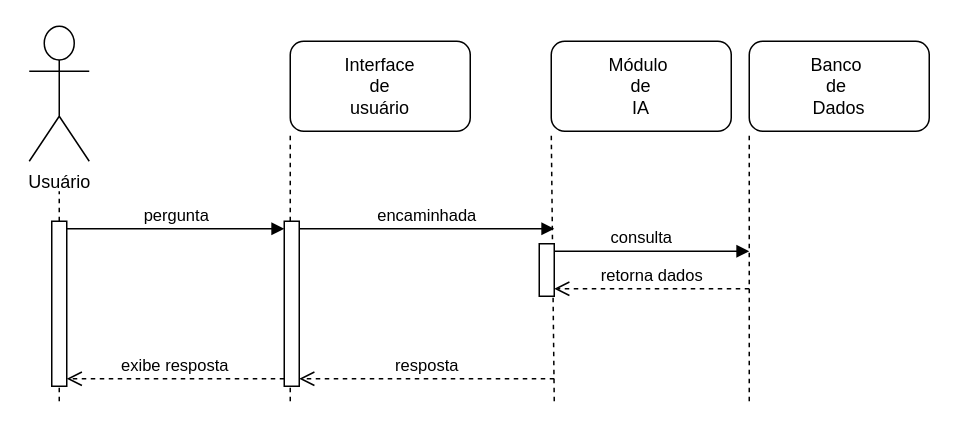
Above: diagrma de sequencia.drawio in Brandaoc/diagrma-de-sequ-ncia (draw.io), before the change. Source tidied: cells renumbered, new cells numbered last; positions are measured from the earlier drawing's top-left corner, leaving out a move shared by most shapes. Both pictures are drawn from the tidied source at 150%, with x=0, y=0 at pixel (28, 26).
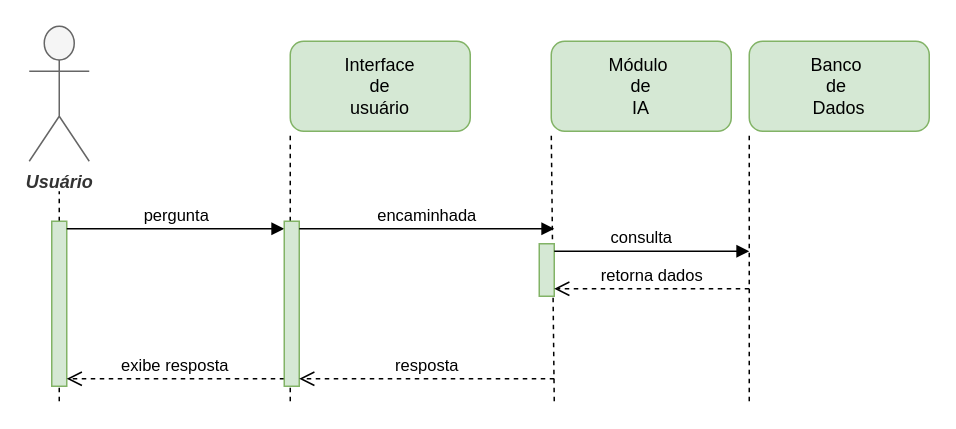
The same page after the edit.

Diff of the diagram source:
```diff
@@
-    <mxCell id="2" value="Interface&lt;div&gt;de&lt;/div&gt;&lt;div&gt;usuário&lt;/div&gt;" style="rounded=1;whiteSpace=wrap;html=1;" parent="1" vertex="1">
+    <mxCell id="2" value="Interface&lt;div&gt;de&lt;/div&gt;&lt;div&gt;usuário&lt;/div&gt;" style="rounded=1;whiteSpace=wrap;html=1;fillColor=#d5e8d4;strokeColor=#82b366;" parent="1" vertex="1">
       <mxGeometry x="174" y="10" width="120" height="60" as="geometry" />
     </mxCell>
-    <mxCell id="3" value="Módulo&amp;nbsp;&lt;div&gt;de&lt;/div&gt;&lt;div&gt;IA&lt;/div&gt;" style="rounded=1;whiteSpace=wrap;html=1;" parent="1" vertex="1">
+    <mxCell id="3" value="Módulo&amp;nbsp;&lt;div&gt;de&lt;/div&gt;&lt;div&gt;IA&lt;/div&gt;" style="rounded=1;whiteSpace=wrap;html=1;fillColor=#d5e8d4;strokeColor=#82b366;" parent="1" vertex="1">
       <mxGeometry x="348" y="10" width="120" height="60" as="geometry" />
     </mxCell>
-    <mxCell id="4" value="Usuário" style="shape=umlActor;verticalLabelPosition=bottom;verticalAlign=top;html=1;" parent="1" vertex="1">
+    <mxCell id="4" value="Usuário" style="shape=umlActor;verticalLabelPosition=bottom;verticalAlign=top;html=1;fontStyle=3;fillColor=#f5f5f5;strokeColor=#666666;fontColor=#333333;" parent="1" vertex="1">
       <mxGeometry width="40" height="90" as="geometry" />
     </mxCell>
@@
-    <mxCell id="6" value="Banco&amp;nbsp;&lt;div&gt;de&amp;nbsp;&lt;/div&gt;&lt;div&gt;Dados&lt;/div&gt;" style="rounded=1;whiteSpace=wrap;html=1;" parent="1" vertex="1">
+    <mxCell id="6" value="Banco&amp;nbsp;&lt;div&gt;de&amp;nbsp;&lt;/div&gt;&lt;div&gt;Dados&lt;/div&gt;" style="rounded=1;whiteSpace=wrap;html=1;fillColor=#d5e8d4;strokeColor=#82b366;" parent="1" vertex="1">
       <mxGeometry x="480" y="10" width="120" height="60" as="geometry" />
     </mxCell>
-    <mxCell id="7" style="html=1;points=[[0,0,0,0,5],[0,1,0,0,-5],[1,0,0,0,5],[1,1,0,0,-5]];perimeter=orthogonalPerimeter;outlineConnect=0;targetShapes=umlLifeline;portConstraint=eastwest;newEdgeStyle={&quot;curved&quot;:0,&quot;rounded&quot;:0};" parent="1" vertex="1">
+    <mxCell id="7" style="html=1;points=[[0,0,0,0,5],[0,1,0,0,-5],[1,0,0,0,5],[1,1,0,0,-5]];perimeter=orthogonalPerimeter;outlineConnect=0;targetShapes=umlLifeline;portConstraint=eastwest;newEdgeStyle={&quot;curved&quot;:0,&quot;rounded&quot;:0};fillColor=#d5e8d4;strokeColor=#82b366;" parent="1" vertex="1">
       <mxGeometry x="15" y="130" width="10" height="110" as="geometry" />
     </mxCell>
@@
-    <mxCell id="11" style="html=1;points=[[0,0,0,0,5],[0,1,0,0,-5],[1,0,0,0,5],[1,1,0,0,-5]];perimeter=orthogonalPerimeter;outlineConnect=0;targetShapes=umlLifeline;portConstraint=eastwest;newEdgeStyle={&quot;curved&quot;:0,&quot;rounded&quot;:0};" parent="1" vertex="1">
+    <mxCell id="11" style="html=1;points=[[0,0,0,0,5],[0,1,0,0,-5],[1,0,0,0,5],[1,1,0,0,-5]];perimeter=orthogonalPerimeter;outlineConnect=0;targetShapes=umlLifeline;portConstraint=eastwest;newEdgeStyle={&quot;curved&quot;:0,&quot;rounded&quot;:0};fillColor=#d5e8d4;strokeColor=#82b366;" parent="1" vertex="1">
       <mxGeometry x="170" y="130" width="10" height="110" as="geometry" />
     </mxCell>
@@
-    <mxCell id="15" style="html=1;points=[[0,0,0,0,5],[0,1,0,0,-5],[1,0,0,0,5],[1,1,0,0,-5]];perimeter=orthogonalPerimeter;outlineConnect=0;targetShapes=umlLifeline;portConstraint=eastwest;newEdgeStyle={&quot;curved&quot;:0,&quot;rounded&quot;:0};" parent="1" vertex="1">
+    <mxCell id="15" style="html=1;points=[[0,0,0,0,5],[0,1,0,0,-5],[1,0,0,0,5],[1,1,0,0,-5]];perimeter=orthogonalPerimeter;outlineConnect=0;targetShapes=umlLifeline;portConstraint=eastwest;newEdgeStyle={&quot;curved&quot;:0,&quot;rounded&quot;:0};fillColor=#d5e8d4;strokeColor=#82b366;" parent="1" vertex="1">
       <mxGeometry x="340" y="145" width="10" height="35" as="geometry" />
     </mxCell>
```
